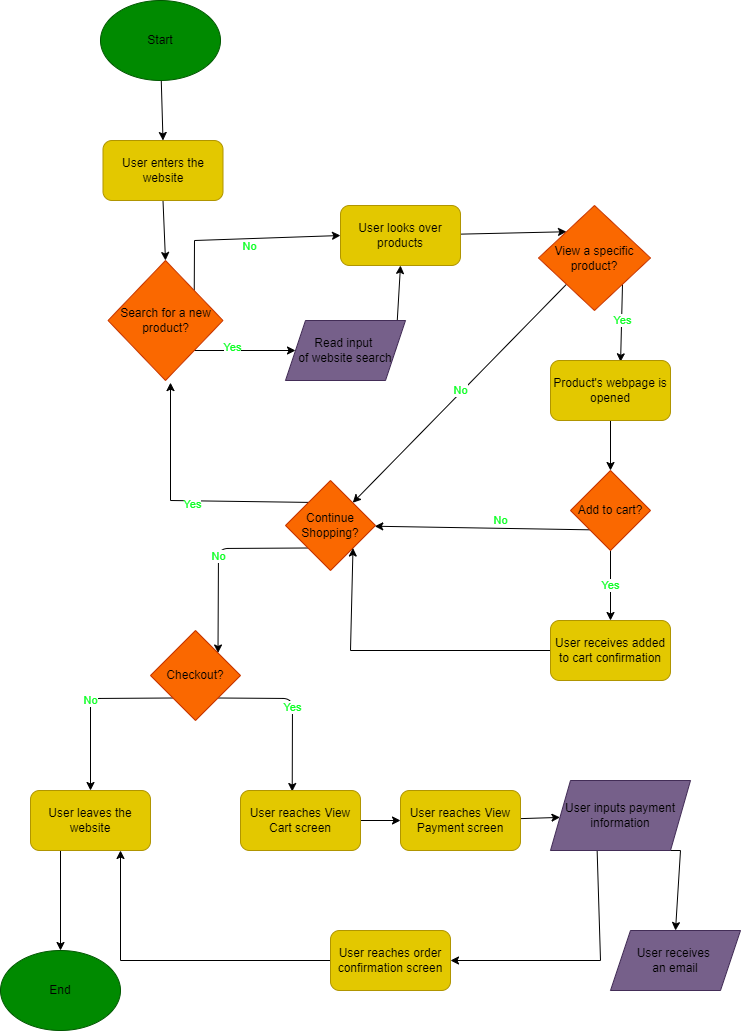
daniel-lee-user/sp23-cse110-lab4 keeps this draw.io diagram as explore/diagramming/diagram.drawio.png. Above is the earlier version. Source tidied: cells renumbered, new cells last; positions are measured from the earlier drawing's top-left corner, leaving out a move shared by most shapes.
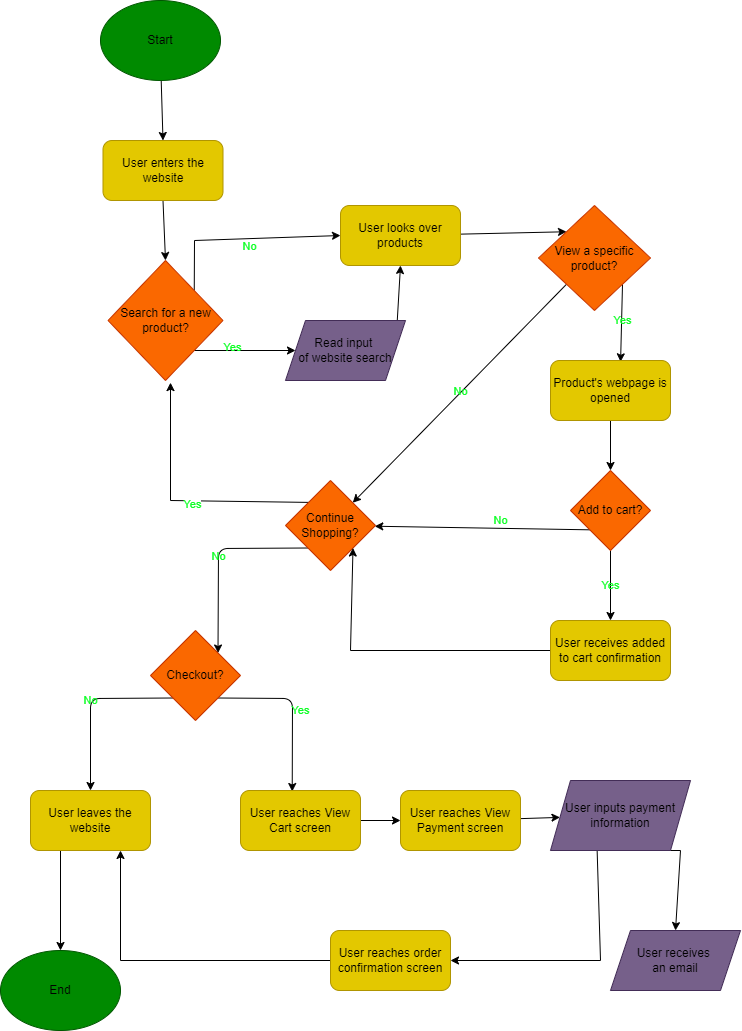
Above is the later version.

What changed in the source:
```diff
@@ -14,22 +14,22 @@
     <mxCell id="5" value="User enters the website" style="rounded=1;whiteSpace=wrap;html=1;fillColor=#e3c800;strokeColor=#B09500;fontColor=#000000;" parent="1" vertex="1">
       <mxGeometry x="102.5" y="140" width="120" height="60" as="geometry" />
     </mxCell>
-    <mxCell id="6" style="edgeStyle=none;html=1;exitX=1;exitY=0;exitDx=0;exitDy=0;entryX=0;entryY=0.5;entryDx=0;entryDy=0;fontColor=#000000;rounded=0;" parent="1" edge="1" source="10" target="14">
+    <mxCell id="6" style="edgeStyle=none;html=1;exitX=1;exitY=0;exitDx=0;exitDy=0;entryX=0;entryY=0.5;entryDx=0;entryDy=0;fontColor=#0FFF27;rounded=0;labelBackgroundColor=none;" parent="1" edge="1" source="10" target="14">
       <mxGeometry relative="1" as="geometry">
         <Array as="points">
           <mxPoint x="194" y="240" />
         </Array>
       </mxGeometry>
     </mxCell>
-    <mxCell id="7" value="&lt;font color=&quot;#0fff27&quot;&gt;No&lt;/font&gt;" style="edgeLabel;html=1;align=center;verticalAlign=middle;fontColor=#FFFFFF;strokeColor=#0E1D03;" parent="6" vertex="1">
+    <mxCell id="7" value="&lt;font&gt;No&lt;/font&gt;" style="edgeLabel;html=1;align=center;verticalAlign=middle;fontColor=#0FFF27;strokeColor=#0E1D03;labelBackgroundColor=none;" parent="6" vertex="1">
       <mxGeometry x="0.2" y="-1" relative="1" as="geometry">
         <mxPoint x="-14" y="7" as="offset" />
       </mxGeometry>
     </mxCell>
-    <mxCell id="8" style="edgeStyle=none;html=1;exitX=1;exitY=1;exitDx=0;exitDy=0;fontColor=#FFFFFF;rounded=0;" parent="1" edge="1" source="10" target="12">
+    <mxCell id="8" style="edgeStyle=none;html=1;exitX=1;exitY=1;exitDx=0;exitDy=0;fontColor=#0FFF27;rounded=0;labelBackgroundColor=none;" parent="1" edge="1" source="10" target="12">
       <mxGeometry relative="1" as="geometry" />
     </mxCell>
-    <mxCell id="9" value="&lt;font color=&quot;#0fff27&quot;&gt;Yes&lt;/font&gt;" style="edgeLabel;html=1;align=center;verticalAlign=middle;fontColor=#FFFFFF;strokeColor=#011D00;" parent="8" vertex="1">
+    <mxCell id="9" value="&lt;font&gt;Yes&lt;/font&gt;" style="edgeLabel;html=1;align=center;verticalAlign=middle;fontColor=#0FFF27;strokeColor=#011D00;labelBackgroundColor=none;" parent="8" vertex="1">
       <mxGeometry x="-0.25" y="3" relative="1" as="geometry" />
     </mxCell>
     <mxCell id="10" value="Search for a new product?" style="rhombus;whiteSpace=wrap;html=1;fontColor=#000000;fillColor=#fa6800;strokeColor=#C73500;" parent="1" vertex="1">
@@ -47,12 +47,10 @@
     <mxCell id="14" value="User looks over products" style="rounded=1;whiteSpace=wrap;html=1;fontColor=#000000;fillColor=#e3c800;strokeColor=#B09500;" parent="1" vertex="1">
       <mxGeometry x="340" y="205" width="120" height="60" as="geometry" />
     </mxCell>
-    <mxCell id="15" value="&lt;font color=&quot;#0fff27&quot;&gt;No&lt;/font&gt;" style="edgeStyle=none;html=1;exitX=0;exitY=1;exitDx=0;exitDy=0;fontColor=#FFFFFF;rounded=0;" parent="1" edge="1" source="17" target="26">
-      <mxGeometry x="-0.02" y="-1" relative="1" as="geometry">
-        <mxPoint y="-1" as="offset" />
-      </mxGeometry>
+    <mxCell id="15" value="&lt;font&gt;No&lt;/font&gt;" style="edgeStyle=none;html=1;exitX=0;exitY=1;exitDx=0;exitDy=0;fontColor=#0FFF27;rounded=0;labelBackgroundColor=none;" parent="1" edge="1" source="17" target="26">
+      <mxGeometry x="-0.02" y="-1" relative="1" as="geometry" />
     </mxCell>
-    <mxCell id="16" value="&lt;font color=&quot;#0fff27&quot;&gt;Yes&lt;/font&gt;" style="edgeStyle=none;html=1;exitX=1;exitY=1;exitDx=0;exitDy=0;entryX=0.584;entryY=0.022;entryDx=0;entryDy=0;entryPerimeter=0;fontColor=#FFFFFF;rounded=0;" parent="1" edge="1" source="17" target="19">
+    <mxCell id="16" value="&lt;font&gt;Yes&lt;/font&gt;" style="edgeStyle=none;html=1;exitX=1;exitY=1;exitDx=0;exitDy=0;entryX=0.584;entryY=0.022;entryDx=0;entryDy=0;entryPerimeter=0;fontColor=#0FFF27;rounded=0;labelBackgroundColor=none;" parent="1" edge="1" source="17" target="19">
       <mxGeometry x="-0.07" y="1" relative="1" as="geometry" />
     </mxCell>
     <mxCell id="17" value="View a specific product?" style="rhombus;whiteSpace=wrap;html=1;fontColor=#000000;fillColor=#fa6800;strokeColor=#C73500;" parent="1" vertex="1">
@@ -64,16 +62,16 @@
     <mxCell id="19" value="Product's webpage is opened" style="rounded=1;whiteSpace=wrap;html=1;fontColor=#000000;fillColor=#e3c800;strokeColor=#B09500;" parent="1" vertex="1">
       <mxGeometry x="550" y="360" width="120" height="60" as="geometry" />
     </mxCell>
-    <mxCell id="20" value="&lt;font color=&quot;#0fff27&quot;&gt;Yes&lt;/font&gt;" style="edgeStyle=none;html=1;fontColor=#FFFFFF;entryX=0.5;entryY=0;entryDx=0;entryDy=0;rounded=0;" parent="1" edge="1" source="22" target="28">
+    <mxCell id="20" value="&lt;font&gt;Yes&lt;/font&gt;" style="edgeStyle=none;html=1;fontColor=#0FFF27;entryX=0.5;entryY=0;entryDx=0;entryDy=0;rounded=0;labelBorderColor=none;labelBackgroundColor=none;" parent="1" edge="1" source="22" target="28">
       <mxGeometry relative="1" as="geometry" />
     </mxCell>
-    <mxCell id="21" value="&lt;font color=&quot;#0fff27&quot;&gt;No&lt;/font&gt;" style="edgeStyle=none;html=1;exitX=1;exitY=1;exitDx=0;exitDy=0;fontColor=#FFFFFF;rounded=0;" parent="1" edge="1" source="22" target="26">
+    <mxCell id="21" value="&lt;font&gt;No&lt;/font&gt;" style="edgeStyle=none;html=1;exitX=1;exitY=1;exitDx=0;exitDy=0;fontColor=#0FFF27;rounded=0;labelBackgroundColor=none;" parent="1" edge="1" source="22" target="26">
       <mxGeometry x="0.02" y="-8" relative="1" as="geometry" />
     </mxCell>
     <mxCell id="22" value="Add to cart?" style="rhombus;whiteSpace=wrap;html=1;fontColor=#000000;fillColor=#fa6800;strokeColor=#C73500;" parent="1" vertex="1">
       <mxGeometry x="570" y="470" width="80" height="80" as="geometry" />
     </mxCell>
-    <mxCell id="23" style="edgeStyle=none;html=1;exitX=1;exitY=0;exitDx=0;exitDy=0;fontColor=#FFFFFF;rounded=0;" parent="1" edge="1" source="26">
+    <mxCell id="23" style="edgeStyle=none;html=1;exitX=1;exitY=0;exitDx=0;exitDy=0;fontColor=#0FFF27;rounded=0;labelBackgroundColor=none;" parent="1" edge="1" source="26">
       <mxGeometry relative="1" as="geometry">
         <mxPoint x="170" y="382.1" as="targetPoint" />
         <Array as="points">
@@ -81,10 +79,10 @@
         </Array>
       </mxGeometry>
     </mxCell>
-    <mxCell id="24" value="&lt;font color=&quot;#0fff27&quot;&gt;Yes&lt;/font&gt;" style="edgeLabel;html=1;align=center;verticalAlign=middle;fontColor=#FFFFFF;" parent="23" vertex="1">
+    <mxCell id="24" value="&lt;font&gt;Yes&lt;/font&gt;" style="edgeLabel;html=1;align=center;verticalAlign=middle;fontColor=#0FFF27;" parent="23" vertex="1">
       <mxGeometry x="0.07" y="3" relative="1" as="geometry" />
     </mxCell>
-    <mxCell id="25" value="&lt;font color=&quot;#0fff27&quot;&gt;No&lt;/font&gt;" style="edgeStyle=none;html=1;exitX=0;exitY=1;exitDx=0;exitDy=0;fontColor=#FFFFFF;entryX=1;entryY=0;entryDx=0;entryDy=0;" parent="1" edge="1" source="26" target="31">
+    <mxCell id="25" value="&lt;font&gt;No&lt;/font&gt;" style="edgeStyle=none;html=1;exitX=0;exitY=1;exitDx=0;exitDy=0;fontColor=#0FFF27;entryX=1;entryY=0;entryDx=0;entryDy=0;labelBackgroundColor=none;" parent="1" edge="1" source="26" target="31">
       <mxGeometry relative="1" as="geometry">
         <Array as="points">
           <mxPoint x="218" y="548" />
@@ -104,15 +102,15 @@
     <mxCell id="28" value="User receives added to cart confirmation" style="rounded=1;whiteSpace=wrap;html=1;fontColor=#000000;fillColor=#e3c800;strokeColor=#B09500;" parent="1" vertex="1">
       <mxGeometry x="550" y="620" width="120" height="60" as="geometry" />
     </mxCell>
-    <mxCell id="29" value="&lt;font color=&quot;#0fff27&quot;&gt;No&lt;/font&gt;" style="edgeStyle=none;html=1;exitX=0;exitY=1;exitDx=0;exitDy=0;fontColor=#FFFFFF;entryX=0.5;entryY=0;entryDx=0;entryDy=0;" parent="1" edge="1" source="31" target="33">
+    <mxCell id="29" value="&lt;font&gt;No&lt;/font&gt;" style="edgeStyle=none;html=1;exitX=0;exitY=1;exitDx=0;exitDy=0;fontColor=#0FFF27;entryX=0.5;entryY=0;entryDx=0;entryDy=0;labelBackgroundColor=none;" parent="1" edge="1" source="31" target="33">
       <mxGeometry x="-0.03" relative="1" as="geometry">
         <Array as="points">
           <mxPoint x="90" y="698" />
         </Array>
       </mxGeometry>
     </mxCell>
-    <mxCell id="30" value="&lt;font color=&quot;#0fff27&quot;&gt;Yes&lt;/font&gt;" style="edgeStyle=none;html=1;exitX=1;exitY=1;exitDx=0;exitDy=0;fontColor=#FFFFFF;entryX=0.431;entryY=0.017;entryDx=0;entryDy=0;entryPerimeter=0;" parent="1" edge="1" source="31" target="35">
-      <mxGeometry relative="1" as="geometry">
+    <mxCell id="30" value="&lt;font&gt;Yes&lt;/font&gt;" style="edgeStyle=none;html=1;exitX=1;exitY=1;exitDx=0;exitDy=0;fontColor=#0FFF27;entryX=0.431;entryY=0.017;entryDx=0;entryDy=0;entryPerimeter=0;labelBackgroundColor=none;" parent="1" edge="1" source="31" target="35">
+      <mxGeometry x="0.03" y="8" relative="1" as="geometry">
         <Array as="points">
           <mxPoint x="292" y="698" />
         </Array>
```
